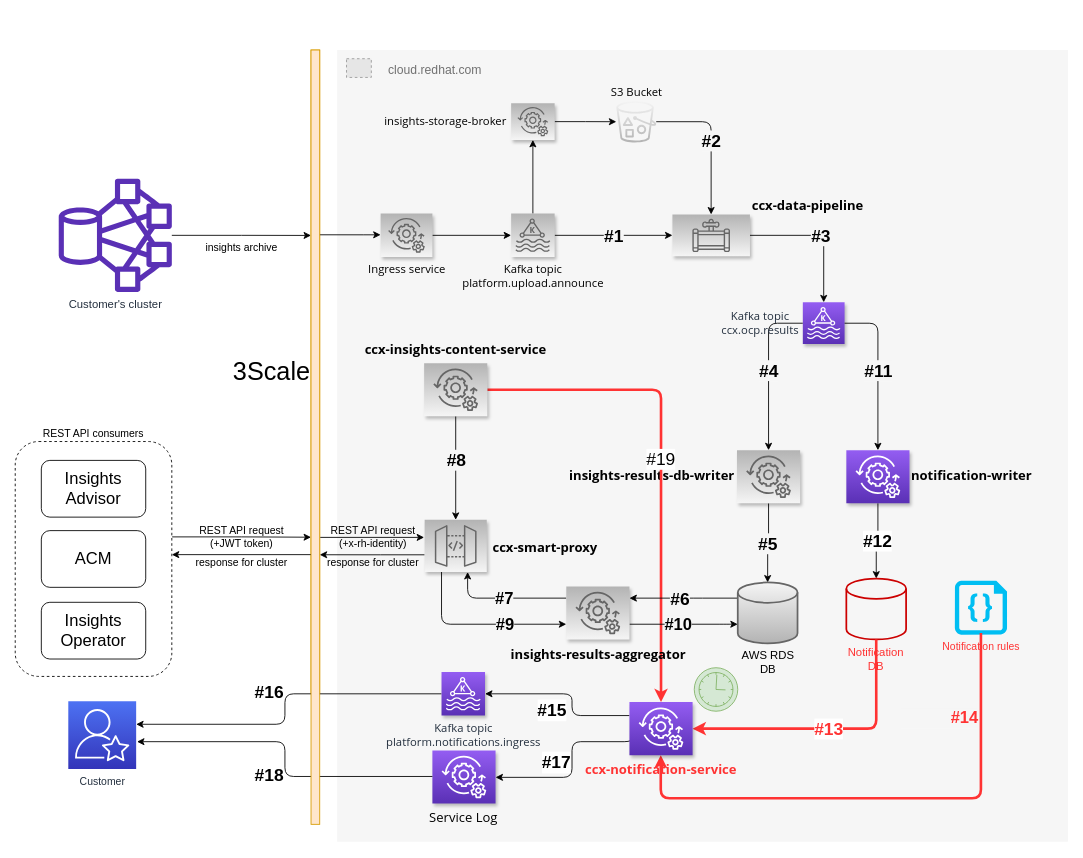
RedHatInsights/ccx-notification-writer keeps this draw.io diagram as docs/images/architecture_diagram.drawio. Above is the earlier version. Source tidied: cells renumbered, new cells numbered last; positions are measured from the earlier drawing's top-left corner, leaving out a move shared by most shapes. Both pictures are drawn from the tidied source at 87%, with x=0, y=0 at pixel (15, 15). Pictures stored in the file or linked from it are replaced by grey dashed boxes.
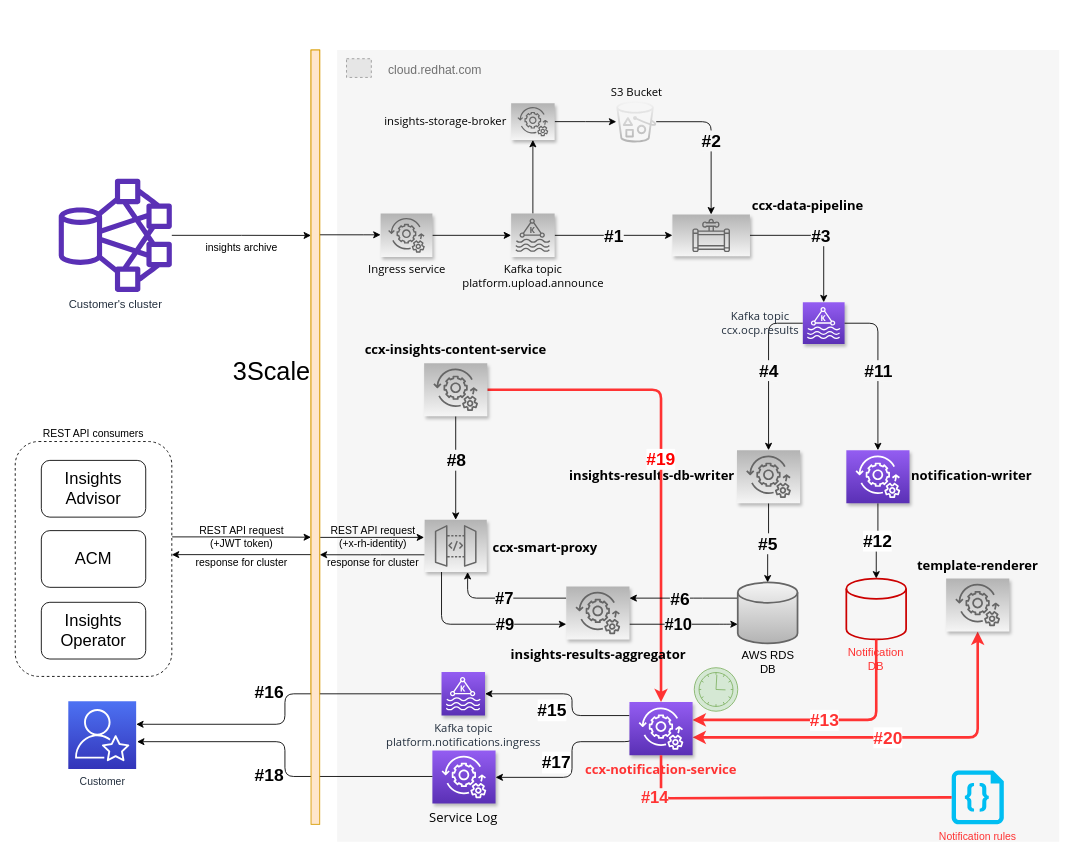
The same page after the edit.

Commit message (it also covers changes not shown here):
Sync arch diagram

Unchanged cells that the change refers to:
```xml
<mxCell id="40" value="&lt;div&gt;ccx-insights-content-service&lt;/div&gt;" style="outlineConnect=0;gradientDirection=north;fillColor=#f5f5f5;strokeColor=#666666;dashed=0;verticalLabelPosition=top;verticalAlign=bottom;align=center;html=1;fontSize=15;fontStyle=1;shape=mxgraph.aws4.resourceIcon;resIcon=mxgraph.aws4.managed_services;fontFamily=Open Sans;labelPosition=center;shadow=1;spacingBottom=5;gradientColor=#b3b3b3;" parent="1" vertex="1">
  <mxGeometry x="470" y="400" width="72.6" height="61" as="geometry" />
</mxCell>
<mxCell id="51" value="&lt;div&gt;Notification&lt;/div&gt;&lt;div&gt;DB&lt;br&gt;&lt;/div&gt;" style="strokeWidth=2;html=1;shape=mxgraph.flowchart.database;whiteSpace=wrap;shadow=0;dashed=0;fontFamily=Helvetica;fontSize=13;align=center;fillColor=none;strokeColor=#CC0000;labelPosition=center;verticalLabelPosition=bottom;verticalAlign=top;spacingBottom=0;fontColor=#FF3333;" parent="1" vertex="1">
  <mxGeometry x="955.3" y="647.5" width="68.7" height="70" as="geometry" />
</mxCell>
<mxCell id="63" value="ccx-notification-service" style="outlineConnect=0;gradientColor=#945DF2;gradientDirection=north;fillColor=#5A30B5;strokeColor=#FFFFFF;dashed=0;verticalLabelPosition=bottom;verticalAlign=top;align=center;html=1;fontSize=15;fontStyle=1;shape=mxgraph.aws4.resourceIcon;resIcon=mxgraph.aws4.managed_services;fontFamily=Open Sans;labelPosition=center;shadow=1;spacingBottom=5;fontColor=#FF3333;" parent="1" vertex="1">
  <mxGeometry x="706" y="789.5" width="72.6" height="61" as="geometry" />
</mxCell>
```

What changed in the source:
```diff
@@
     <mxCell id="3" value="cloud.redhat.com&lt;br&gt;" style="fillColor=#F6F6F6;strokeColor=none;shadow=0;gradientColor=none;fontSize=14;align=left;spacing=10;fontColor=#717171;9E9E9E;verticalAlign=top;spacingTop=0;fontStyle=0;spacingLeft=49;html=1;rounded=0;" parent="1" vertex="1">
-      <mxGeometry x="370" y="40" width="840" height="910" as="geometry" />
+      <mxGeometry x="370" y="40" width="830" height="910" as="geometry" />
     </mxCell>
@@
-    <mxCell id="39" value="&lt;font style=&quot;font-size: 20px;&quot;&gt;#19&lt;/font&gt;" style="edgeStyle=orthogonalEdgeStyle;rounded=1;jettySize=auto;html=1;strokeColor=#FF3333;strokeWidth=3;" parent="1" edge="1" source="40" target="63">
+    <mxCell id="39" value="&lt;font style=&quot;font-size: 20px;&quot;&gt;#19&lt;/font&gt;" style="edgeStyle=orthogonalEdgeStyle;rounded=1;jettySize=auto;html=1;strokeColor=#FF3333;strokeWidth=3;fontColor=#FF0000;fontStyle=1;" parent="1" edge="1" source="40" target="63">
       <mxGeometry relative="1" as="geometry" />
     </mxCell>
@@
     <mxCell id="54" value="&lt;font style=&quot;font-size: 20px&quot;&gt;&lt;b&gt;&lt;font style=&quot;font-size: 20px&quot;&gt;#13&lt;/font&gt;&lt;/b&gt;&lt;/font&gt;" style="edgeStyle=orthogonalEdgeStyle;rounded=1;jettySize=auto;html=1;exitX=0.5;exitY=1;exitDx=0;exitDy=0;exitPerimeter=0;strokeColor=#FF3333;strokeWidth=3;fontColor=#FF3333;" parent="1" edge="1" source="51" target="63">
       <mxGeometry relative="1" as="geometry">
         <Array as="points">
-          <mxPoint x="990" y="820" />
+          <mxPoint x="990" y="810" />
         </Array>
       </mxGeometry>
     </mxCell>
@@
     <mxCell id="56" value="Notification rules" style="verticalLabelPosition=bottom;html=1;verticalAlign=top;align=center;strokeColor=none;fillColor=#00BEF2;shape=mxgraph.azure.code_file;fontColor=#FF3333;" parent="1" vertex="1">
-      <mxGeometry x="1080" y="650" width="60" height="62" as="geometry" />
+      <mxGeometry x="1076.3" y="868" width="60" height="62" as="geometry" />
     </mxCell>
-    <mxCell id="57" style="edgeStyle=orthogonalEdgeStyle;rounded=1;jettySize=auto;html=1;strokeColor=#FF3333;strokeWidth=3;fontColor=#FF3333;" parent="1" edge="1" target="63">
+    <mxCell id="57" value="#20" style="edgeStyle=orthogonalEdgeStyle;rounded=1;jettySize=auto;html=1;strokeColor=#FF3333;strokeWidth=3;fontColor=#FF3333;startArrow=classic;fontSize=20;fontStyle=1;startFill=1;" parent="1" edge="1" source="66" target="63">
       <mxGeometry relative="1" as="geometry">
-        <mxPoint x="1110" y="710" as="sourcePoint" />
         <Array as="points">
-          <mxPoint x="1110" y="900" />
-          <mxPoint x="742" y="900" />
+          <mxPoint x="1106" y="830" />
         </Array>
       </mxGeometry>
     </mxCell>
-    <mxCell id="58" value="&amp;nbsp;&amp;nbsp;&amp;nbsp;&amp;nbsp;&amp;nbsp;&amp;nbsp;&amp;nbsp;&amp;nbsp;&amp;nbsp;&amp;nbsp; #14" style="edgeLabel;html=1;align=center;verticalAlign=middle;labelBackgroundColor=#F6F6F6;fontSize=19;fontStyle=1;labelBorderColor=none;fontColor=#FF3333;" parent="57" vertex="1">
-      <mxGeometry x="-0.68" relative="1" as="geometry">
-        <mxPoint x="-48.7" as="offset" />
-      </mxGeometry>
-    </mxCell>
@@
+    <mxCell id="66" value="template-renderer" style="outlineConnect=0;gradientDirection=north;fillColor=#f5f5f5;strokeColor=#666666;dashed=0;verticalLabelPosition=top;verticalAlign=bottom;align=center;html=1;fontSize=15;fontStyle=1;shape=mxgraph.aws4.resourceIcon;resIcon=mxgraph.aws4.managed_services;fontFamily=Open Sans;labelPosition=center;shadow=1;spacingBottom=5;gradientColor=#b3b3b3;" parent="1" vertex="1">
+      <mxGeometry x="1070" y="647.5" width="72.6" height="61" as="geometry" />
+    </mxCell>
+    <mxCell id="67" style="edgeStyle=orthogonalEdgeStyle;rounded=1;jettySize=auto;html=1;strokeColor=#FF3333;strokeWidth=3;fontColor=#FF3333;endArrow=none;entryX=0;entryY=0.5;entryDx=0;entryDy=0;entryPerimeter=0;" parent="1" edge="1" source="63" target="56">
+      <mxGeometry relative="1" as="geometry">
+        <Array as="points">
+          <mxPoint x="742" y="900" />
+        </Array>
+      </mxGeometry>
+    </mxCell>
+    <mxCell id="58" value="&amp;nbsp;&amp;nbsp;&amp;nbsp;&amp;nbsp;&amp;nbsp;&amp;nbsp;&amp;nbsp;&amp;nbsp;&amp;nbsp;&amp;nbsp; #14" style="edgeLabel;html=1;align=center;verticalAlign=middle;labelBackgroundColor=#F6F6F6;fontSize=19;fontStyle=1;labelBorderColor=none;fontColor=#FF3333;" parent="67" vertex="1">
+      <mxGeometry x="-0.68" relative="1" as="geometry">
+        <mxPoint x="-48.7" as="offset" />
+      </mxGeometry>
+    </mxCell>
```
